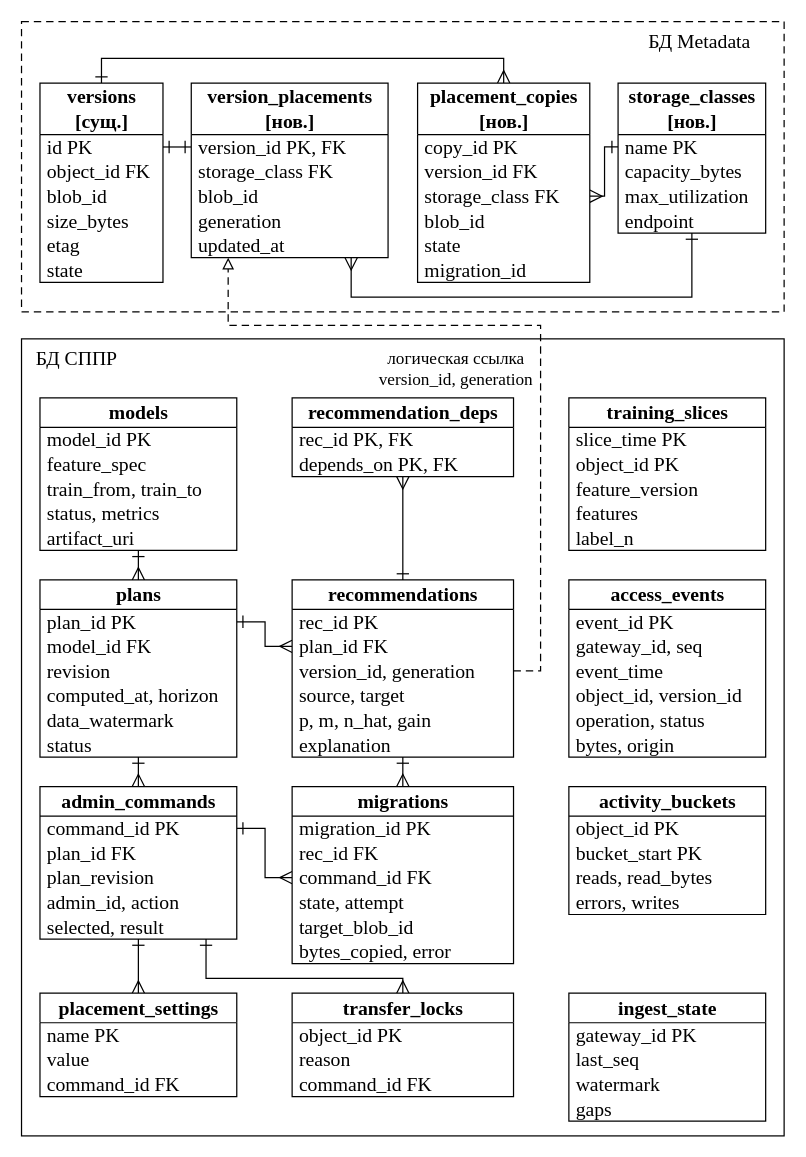
The draw.io diagram 40 - Projects/Диплом/images/src/er.drawio in WithSoull/obsidian, before the edit. Source tidied: cells renumbered, new cells numbered last; positions are measured from the earlier drawing's top-left corner, leaving out a move shared by most shapes. Both pictures are drawn from the tidied source at 123%, with x=0, y=0 at pixel (21, 21).
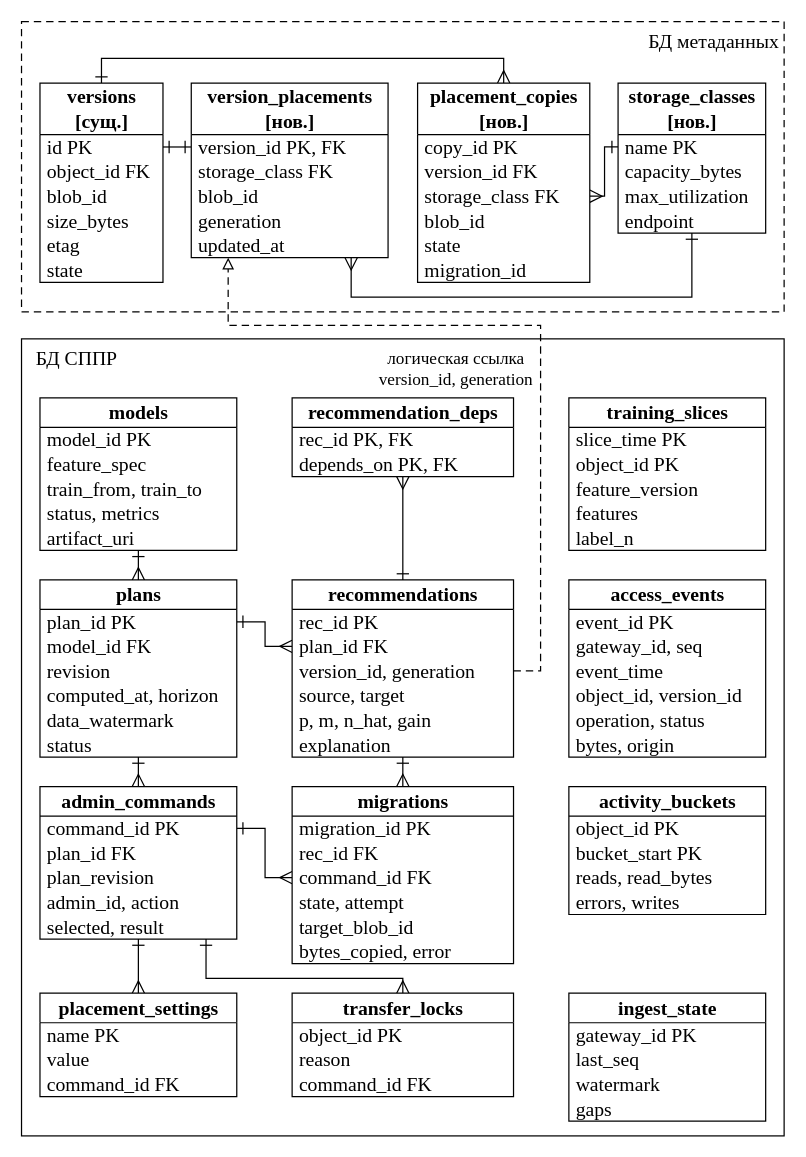
The same diagram, later.

The edit, as a diff of the source:
```diff
@@
-    <mxCell id="42" value="БД Metadata" style="text;html=1;align=left;verticalAlign=middle;spacing=0;whiteSpace=nowrap;fontFamily=Times New Roman;fontSize=16;fontColor=#000000;" parent="1" vertex="1">
+    <mxCell id="42" value="БД метаданных" style="text;html=1;align=left;verticalAlign=middle;spacing=0;whiteSpace=nowrap;fontFamily=Times New Roman;fontSize=16;fontColor=#000000;" parent="1" vertex="1">
       <mxGeometry x="510" y="5" width="100" height="22" as="geometry" />
     </mxCell>
```
